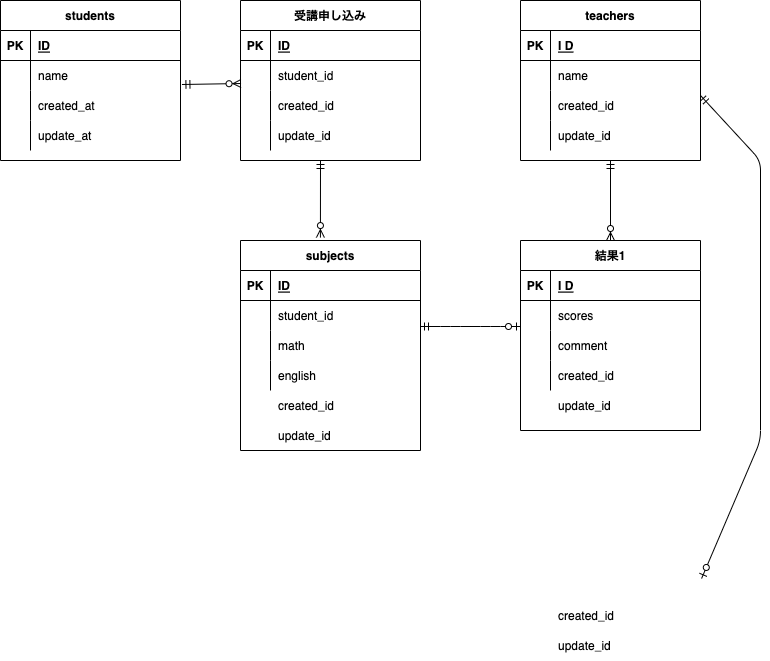
FukumuraTakayuki/20221019ERtest keeps this draw.io diagram as index.drawio.png. Above is the earlier version. Source tidied: cells renumbered, new cells last; positions are measured from the earlier drawing's top-left corner, leaving out a move shared by most shapes.
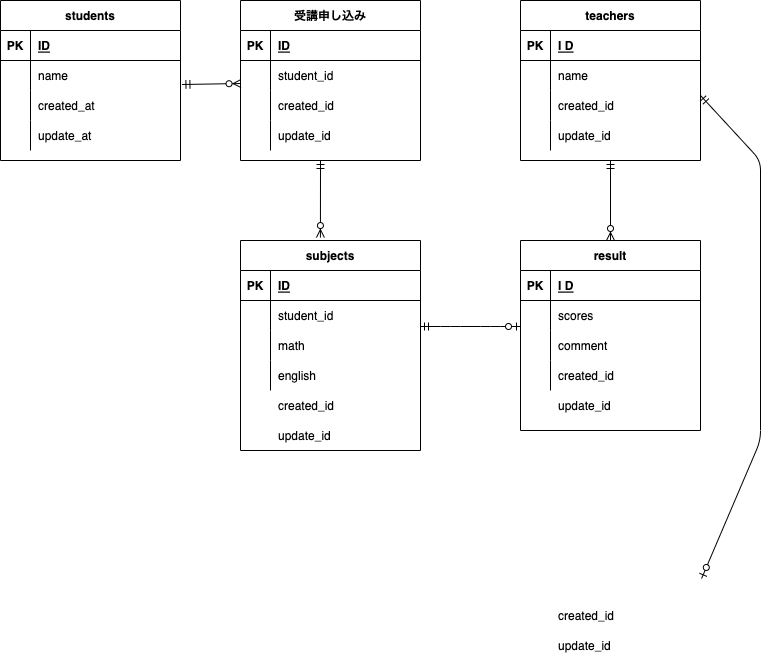
After the change.

Diff of the diagram source:
```diff
@@ -119,7 +119,7 @@
     <mxCell id="40" value="english" style="shape=partialRectangle;fillColor=none;top=0;left=0;bottom=0;right=0;align=left;spacingLeft=6;overflow=hidden;" parent="38" vertex="1">
       <mxGeometry x="30" width="150" height="30" as="geometry" />
     </mxCell>
-    <mxCell id="41" value="結果1" style="shape=table;startSize=30;rowLines=0;fontStyle=1;align=center;" parent="1" vertex="1">
+    <mxCell id="41" value="result" style="shape=table;startSize=30;rowLines=0;fontStyle=1;align=center;" parent="1" vertex="1">
       <mxGeometry x="520" y="240" width="180" height="190" as="geometry" />
     </mxCell>
     <mxCell id="42" style="shape=partialRectangle;fillColor=none;top=0;left=0;bottom=1;right=0;" parent="41" vertex="1">
```
